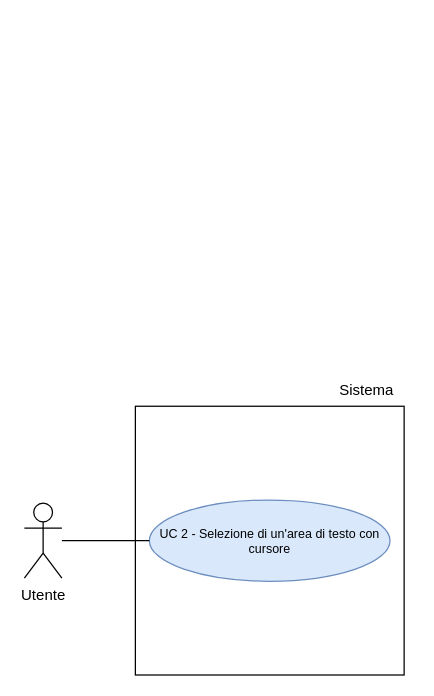
The draw.io diagram RTB/doc_esterna/analisi-dei-requisiti/assets/draw.io/UC2.drawio in thebitless-group-swe/thebitless.github.io, before the edit. Source tidied: cells renumbered, new cells numbered last; positions are measured from the earlier drawing's top-left corner, leaving out a move shared by most shapes. Both pictures are drawn from the tidied source at 125%, with x=0, y=0 at pixel (24, 371).
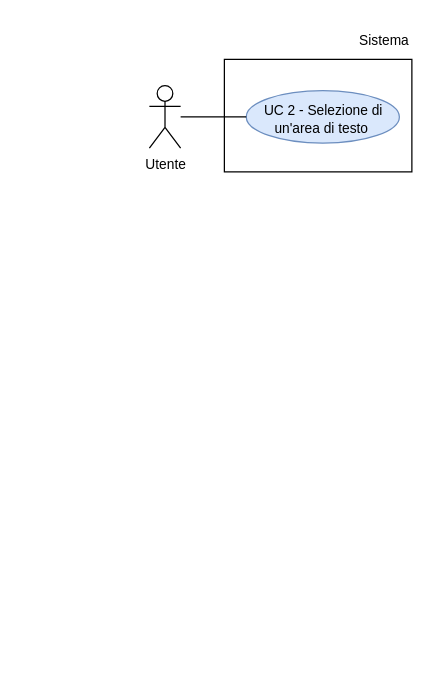
Above is the later version.

Change to the diagram source:
```diff
@@
 <mxGraphModel>
   <root>
     <mxCell id="0" />
     <mxCell id="1" parent="0" />
-    <mxCell id="2" value="Utente" style="shape=umlActor;verticalLabelPosition=bottom;verticalAlign=top;html=1;outlineConnect=0;" parent="1" vertex="1">
-      <mxGeometry y="105" width="30" height="60" as="geometry" />
+    <mxCell id="2" value="Utente" style="shape=umlActor;verticalLabelPosition=bottom;verticalAlign=top;html=1;outlineConnect=0;fontSize=11;" parent="1" vertex="1">
+      <mxGeometry x="100" y="-229" width="25" height="50" as="geometry" />
     </mxCell>
-    <mxCell id="3" style="whiteSpace=wrap;html=1;" parent="1" vertex="1">
-      <mxGeometry x="88.8" y="27.5" width="215" height="215" as="geometry" />
-    </mxCell>
+    <mxCell id="7" style="rounded=0;whiteSpace=wrap;html=1;strokeWidth=1;" parent="1" vertex="1">
+      <mxGeometry x="160" y="-250" width="150" height="90" as="geometry" />
+    </mxCell>
-    <mxCell id="4" value="Sistema" style="text;html=1;whiteSpace=wrap;strokeColor=none;fillColor=none;align=center;verticalAlign=middle;rounded=0;" parent="1" vertex="1">
-      <mxGeometry x="243.8" width="60" height="30" as="geometry" />
+    <mxCell id="4" value="Sistema" style="text;html=1;whiteSpace=wrap;strokeColor=none;fillColor=none;align=right;verticalAlign=middle;fontSize=11;" parent="1" vertex="1">
+      <mxGeometry x="250" y="-280" width="60" height="30" as="geometry" />
     </mxCell>
-    <mxCell id="5" value="UC 2 - Selezione di un'area di testo con cursore" style="ellipse;whiteSpace=wrap;html=1;fillColor=#dae8fc;strokeColor=#6c8ebf;fontSize=10;" parent="1" vertex="1">
-      <mxGeometry x="100" y="102.5" width="192.5" height="65" as="geometry" />
-    </mxCell>
-    <mxCell id="6" style="edgeStyle=none;rounded=0;jettySize=auto;html=1;endArrow=none;endFill=0;" parent="1" edge="1" source="2" target="5">
-      <mxGeometry relative="1" as="geometry" />
-    </mxCell>
+    <mxCell id="8" value="UC 2 - Selezione di un'area di testo&amp;nbsp;" style="ellipse;whiteSpace=wrap;html=1;fillColor=#dae8fc;strokeColor=#6c8ebf;fontSize=11;convertToSvg=1;svgWhiteSpace=wrap;labelBorderColor=none;labelBackgroundColor=none;spacingBottom=-4;" parent="1" vertex="1">
+      <mxGeometry x="177.5" y="-225" width="122.5" height="42" as="geometry" />
+    </mxCell>
+    <mxCell id="9" style="edgeStyle=none;rounded=0;jettySize=auto;html=1;endArrow=none;endFill=0;" parent="1" edge="1" source="2" target="8">
+      <mxGeometry relative="1" as="geometry" />
+    </mxCell>
+    <mxCell id="10" style="edgeStyle=orthogonalEdgeStyle;rounded=0;orthogonalLoop=1;jettySize=auto;html=1;exitX=0.5;exitY=1;exitDx=0;exitDy=0;" parent="1" edge="1" source="4" target="4">
+      <mxGeometry relative="1" as="geometry" />
+    </mxCell>
   </root>
 </mxGraphModel>
```
